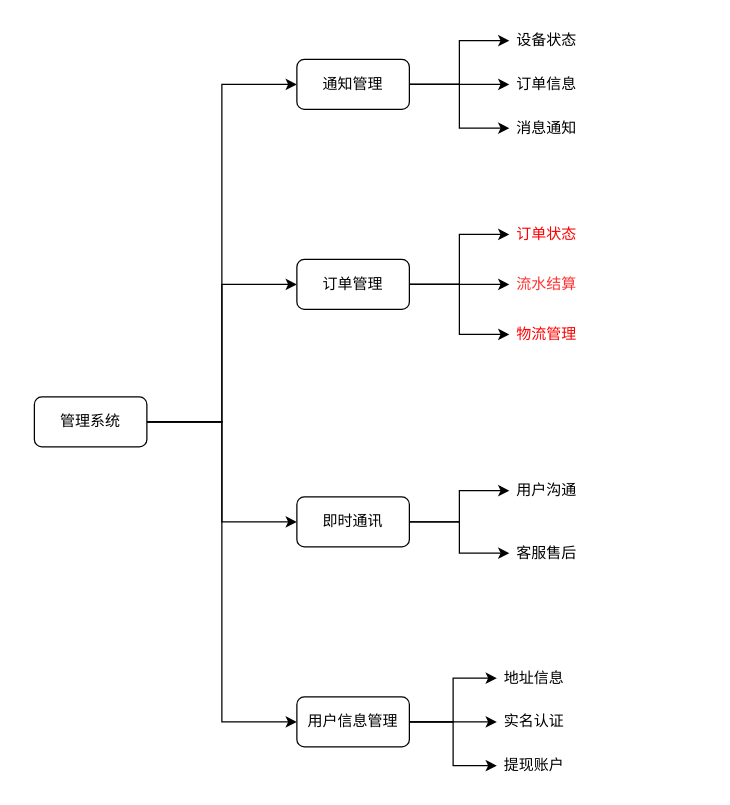
This is page "Page-2" (2 of 2) of Untitled Diagram.drawio from 1667/baiduapi, a draw.io file, before an edit. Source tidied: cells renumbered, new cells numbered last; positions are measured from the earlier drawing's top-left corner, leaving out a move shared by most shapes. Both pictures are drawn from the tidied source at 125%, with x=0, y=0 at pixel (34, 21).
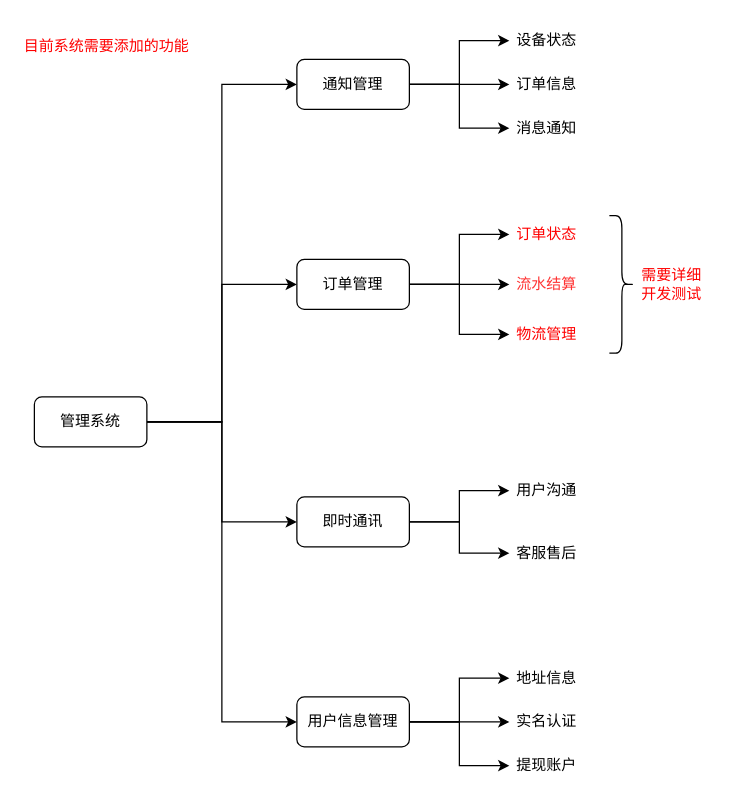
Above is the later version.

What changed in the source:
```diff
@@
     <mxCell id="30" value="地址信息" style="text;html=1;strokeColor=none;fillColor=none;align=center;verticalAlign=middle;whiteSpace=wrap;rounded=0;fontSize=12;fontColor=#000000;" parent="1" vertex="1">
-      <mxGeometry x="370" y="510" width="60" height="30" as="geometry" />
+      <mxGeometry x="380" y="510" width="60" height="30" as="geometry" />
     </mxCell>
     <mxCell id="31" value="实名认证" style="text;html=1;strokeColor=none;fillColor=none;align=center;verticalAlign=middle;whiteSpace=wrap;rounded=0;fontSize=12;fontColor=#000000;" parent="1" vertex="1">
-      <mxGeometry x="370" y="545" width="60" height="30" as="geometry" />
+      <mxGeometry x="380" y="545" width="60" height="30" as="geometry" />
     </mxCell>
     <mxCell id="32" value="提现账户" style="text;html=1;strokeColor=none;fillColor=none;align=center;verticalAlign=middle;whiteSpace=wrap;rounded=0;fontSize=12;fontColor=#000000;" parent="1" vertex="1">
-      <mxGeometry x="370" y="580" width="60" height="30" as="geometry" />
+      <mxGeometry x="380" y="580" width="60" height="30" as="geometry" />
     </mxCell>
+    <mxCell id="33" value="&lt;font color=&quot;#ff0000&quot;&gt;目前系统需要添加的功能&lt;/font&gt;" style="text;html=1;strokeColor=none;fillColor=none;align=left;verticalAlign=middle;whiteSpace=wrap;rounded=0;" parent="1" vertex="1">
+      <mxGeometry x="-10" width="150" height="40" as="geometry" />
+    </mxCell>
+    <mxCell id="34" style="shape=curlyBracket;whiteSpace=wrap;html=1;rounded=1;flipH=1;fontColor=#FF0000;" parent="1" vertex="1">
+      <mxGeometry x="460" y="155" width="20" height="110" as="geometry" />
+    </mxCell>
+    <mxCell id="35" value="&lt;font color=&quot;#ff0000&quot;&gt;需要详细&lt;br&gt;开发测试&lt;br&gt;&lt;/font&gt;" style="text;html=1;strokeColor=none;fillColor=none;align=center;verticalAlign=middle;whiteSpace=wrap;rounded=0;fontSize=12;fontColor=#000000;" parent="1" vertex="1">
+      <mxGeometry x="480" y="195" width="60" height="30" as="geometry" />
+    </mxCell>
```
